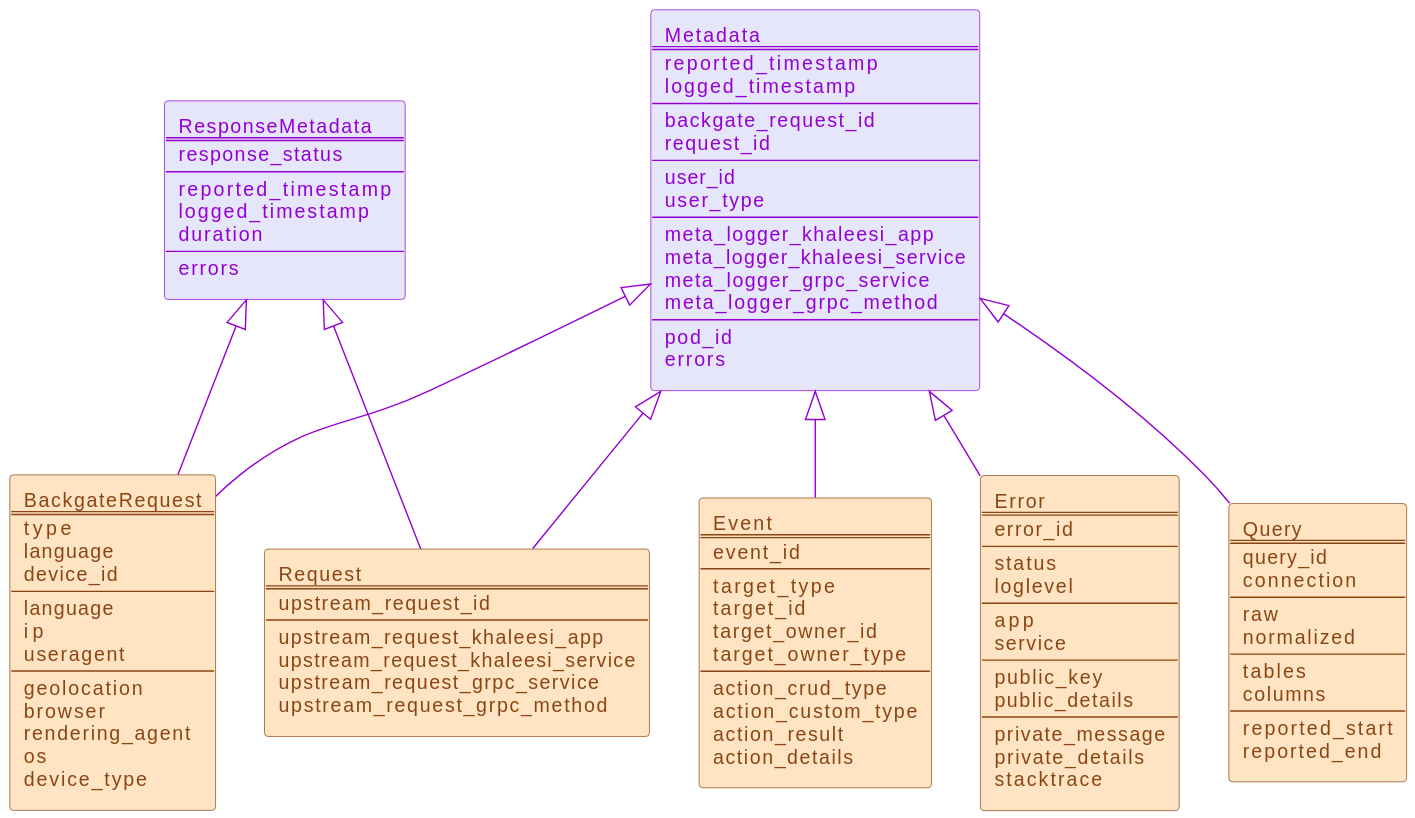
Earlier version of the PlantUML export documentation/images/logical-structure/core-sawmill.svg (LanDinh/khaleesi-ninja).
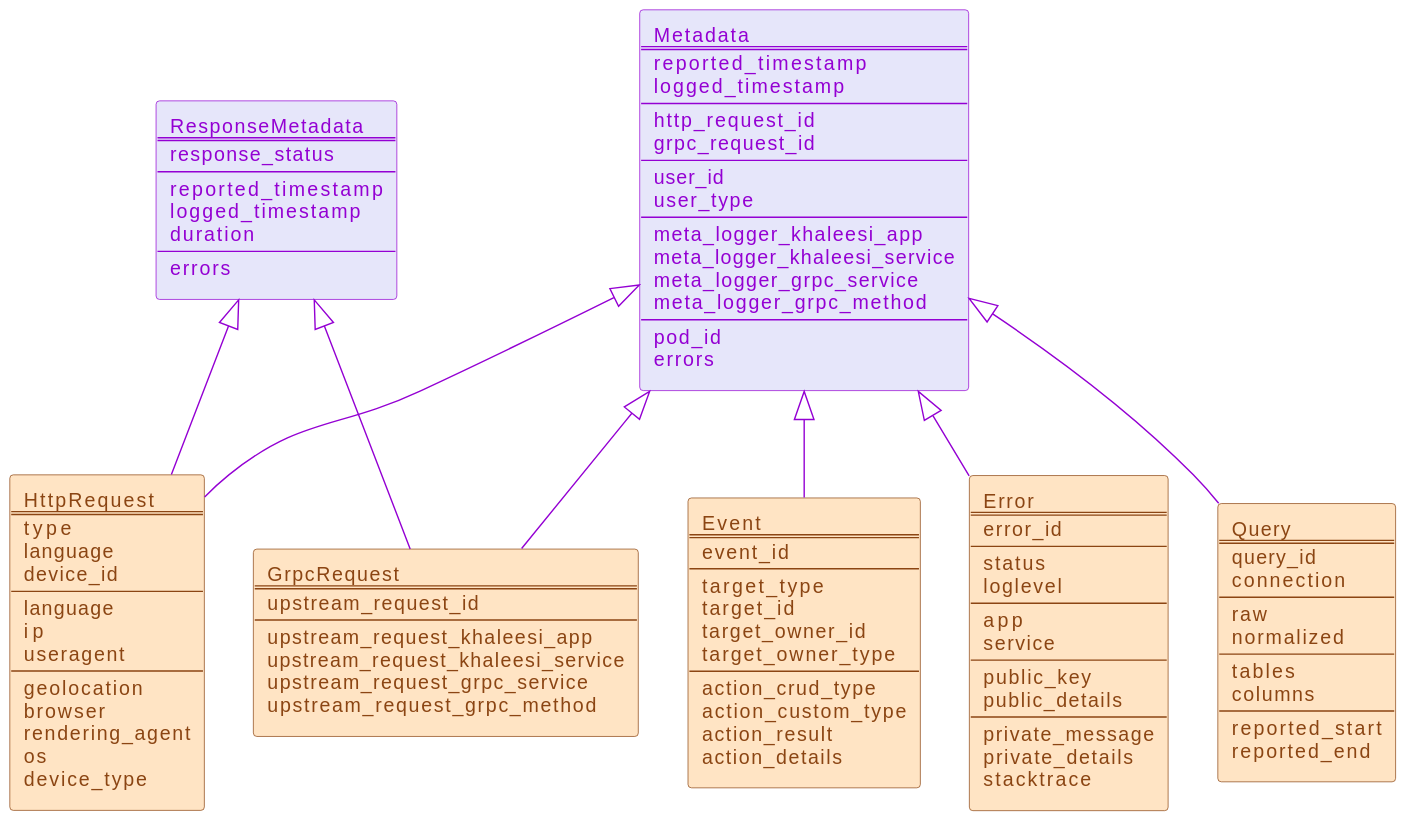
After the commit.

Change to the diagram source:
```diff
@@ -18,8 +18,8 @@
   reported_timestamp
   logged_timestamp
   ----
-  backgate_request_id
-  request_id
+  http_request_id
+  grpc_request_id
   ----
   user_id
   user_type
@@ -60,8 +60,8 @@
   action_result
   action_details
 ]
-rectangle request [
-  Request
+rectangle grpc_request [
+  GrpcRequest
   ====
   upstream_request_id
   ----
@@ -70,8 +70,8 @@
   upstream_request_grpc_service
   upstream_request_grpc_method
 ]
-rectangle backgate_request [
-  BackgateRequest
+rectangle http_request [
+  HttpRequest
   ====
   type
   language
@@ -122,12 +122,12 @@
   reported_end
 ]
 
-metadata ^-- event            #darkviolet;text:darkviolet
-metadata ^-- request          #darkviolet;text:darkviolet
-metadata ^-- backgate_request #darkviolet;text:darkviolet
-metadata ^-- query            #darkviolet;text:darkviolet
-metadata ^-- error            #darkviolet;text:darkviolet
+metadata ^-- event        #darkviolet;text:darkviolet
+metadata ^-- grpc_request #darkviolet;text:darkviolet
+metadata ^-- http_request #darkviolet;text:darkviolet
+metadata ^-- query        #darkviolet;text:darkviolet
+metadata ^-- error        #darkviolet;text:darkviolet
 
-response ^-- request          #darkviolet;text:darkviolet
-response ^-- backgate_request #darkviolet;text:darkviolet
+response ^-- grpc_request #darkviolet;text:darkviolet
+response ^-- http_request #darkviolet;text:darkviolet
 @enduml
```
